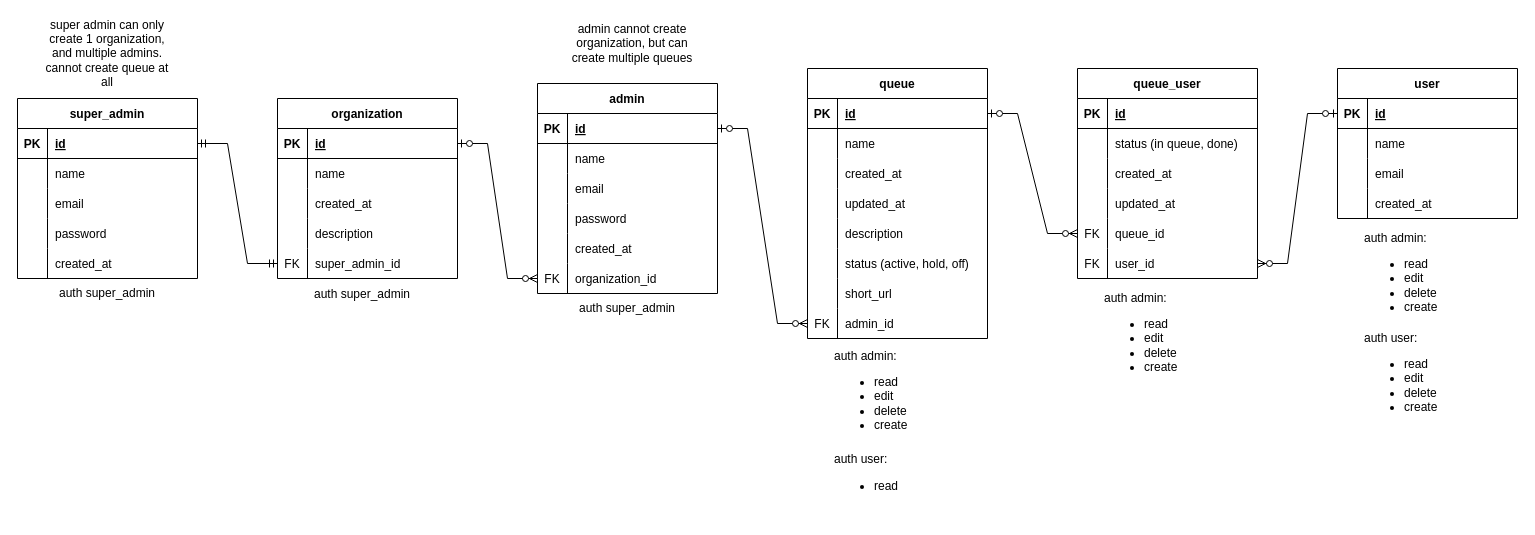
Before: antriin-erd.drawio in firdausraginda/antriin.id, a draw.io diagram. Source tidied: cells renumbered, new cells numbered last; positions are measured from the earlier drawing's top-left corner, leaving out a move shared by most shapes. Both pictures are drawn from the tidied source at 100%, with x=0, y=0 at pixel (17, 28).
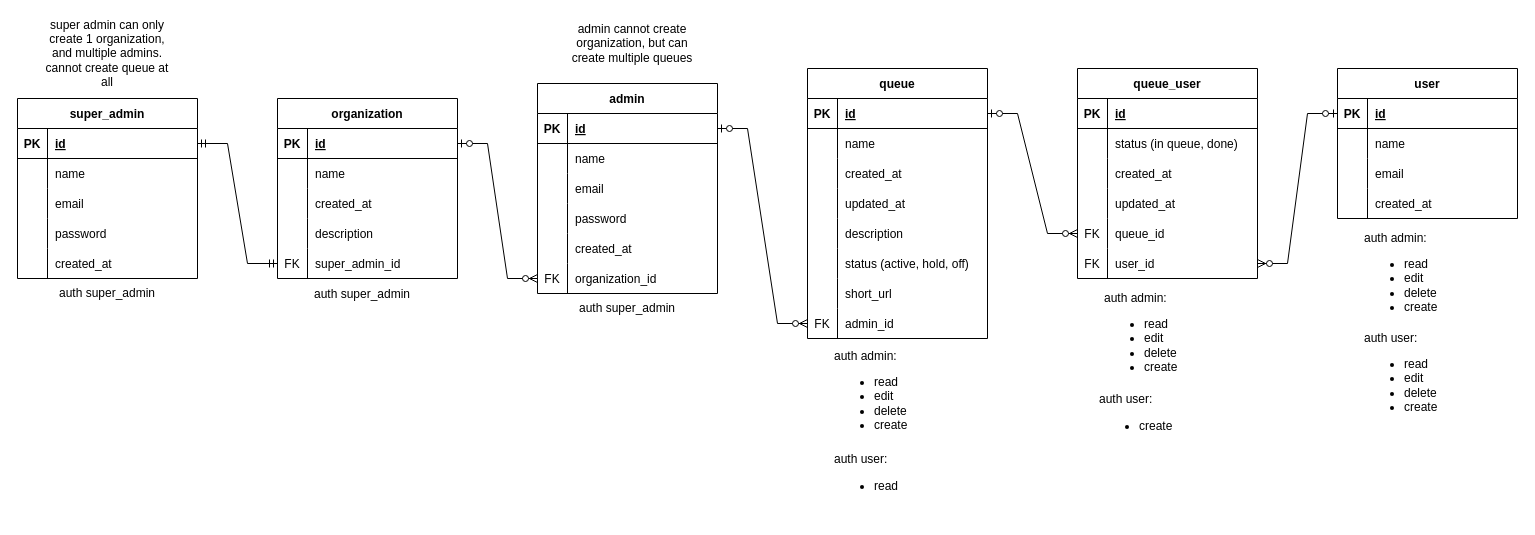
Above is the later version.

What changed in the source:
```diff
@@
+    <mxCell id="125" value="&lt;div&gt;auth user:&lt;/div&gt;&lt;div&gt;&lt;ul&gt;&lt;li&gt;create&lt;/li&gt;&lt;/ul&gt;&lt;/div&gt;" style="text;html=1;align=left;verticalAlign=middle;whiteSpace=wrap;rounded=0;" parent="1" vertex="1">
+      <mxGeometry x="1080" y="350" width="130" height="80" as="geometry" />
+    </mxCell>
```
